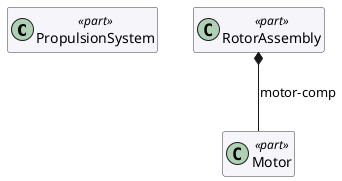
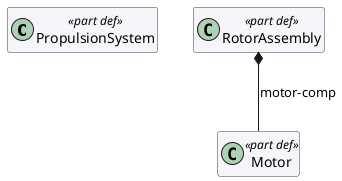
@startuml PropulsionSystemBDD
skinparam class {
  BackgroundColor #f5f5fa
  BorderColor #3a3a4a
}
hide empty members

- class "PropulsionSystem" as s_propulsion <<part>> [[http://localhost:3000/ui/detail/UAV::Propulsion::PropulsionSystem]]
- class "Motor" as s_motor <<part>> [[http://localhost:3000/ui/detail/UAV::Propulsion::Motor]]
- class "RotorAssembly" as s_rotor <<part>> [[http://localhost:3000/ui/detail/UAV::Propulsion::RotorAssembly]]
+ class "PropulsionSystem" as s_propulsion <<part def>> [[http://localhost:3000/ui/detail/UAV::Propulsion::PropulsionSystem]]
+ class "Motor" as s_motor <<part def>> [[http://localhost:3000/ui/detail/UAV::Propulsion::Motor]]
+ class "RotorAssembly" as s_rotor <<part def>> [[http://localhost:3000/ui/detail/UAV::Propulsion::RotorAssembly]]

s_rotor *-- s_motor : motor-comp

@enduml
